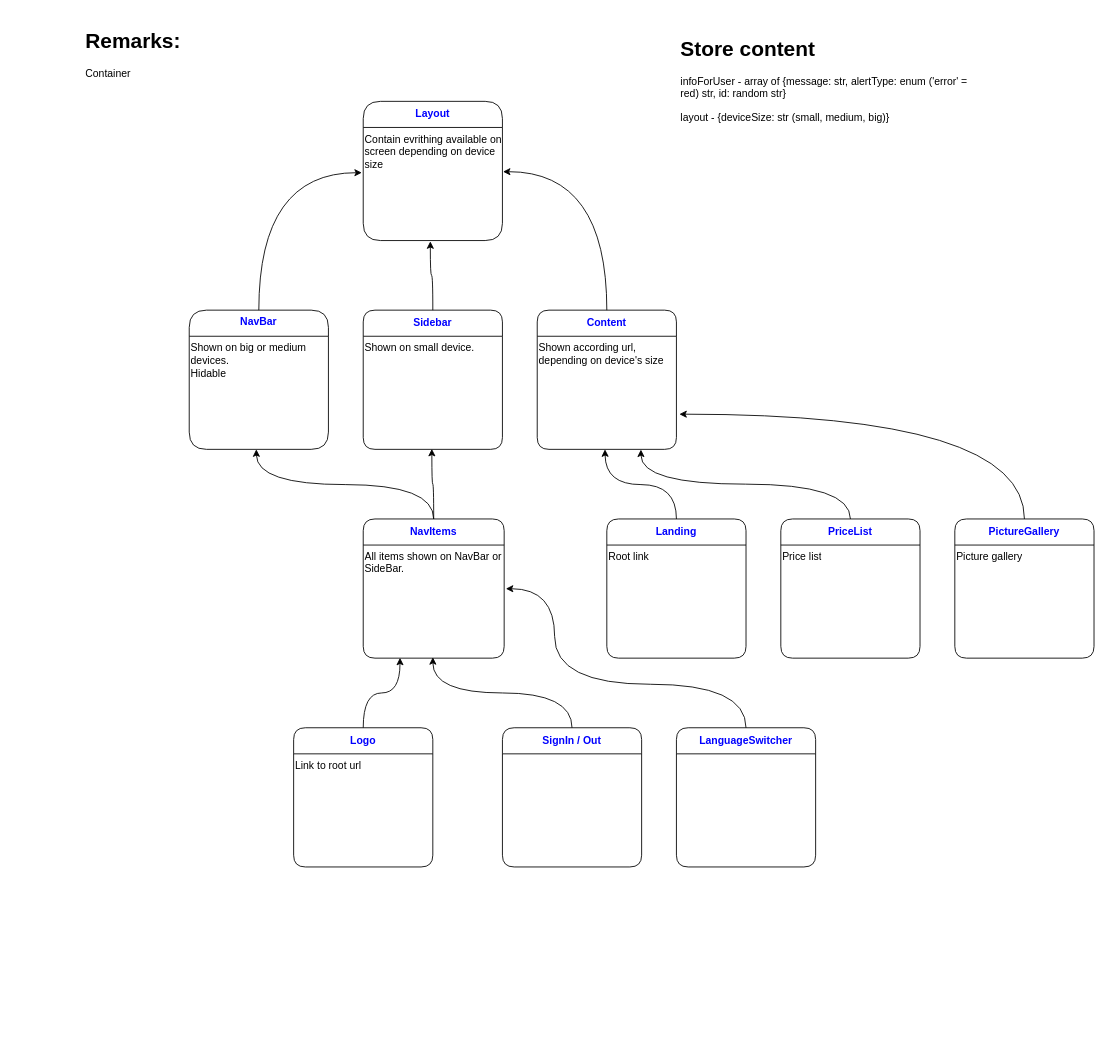
Before: page "application structure" (1 of 10) of market-coffee.drawio in Sergey190309/220415-market-caffee, a draw.io diagram. Source tidied: cells renumbered, new cells numbered last; positions are measured from the earlier drawing's top-left corner, leaving out a move shared by most shapes. Both pictures are drawn from the tidied source at 87%, with x=0, y=0 at pixel (81, 23).
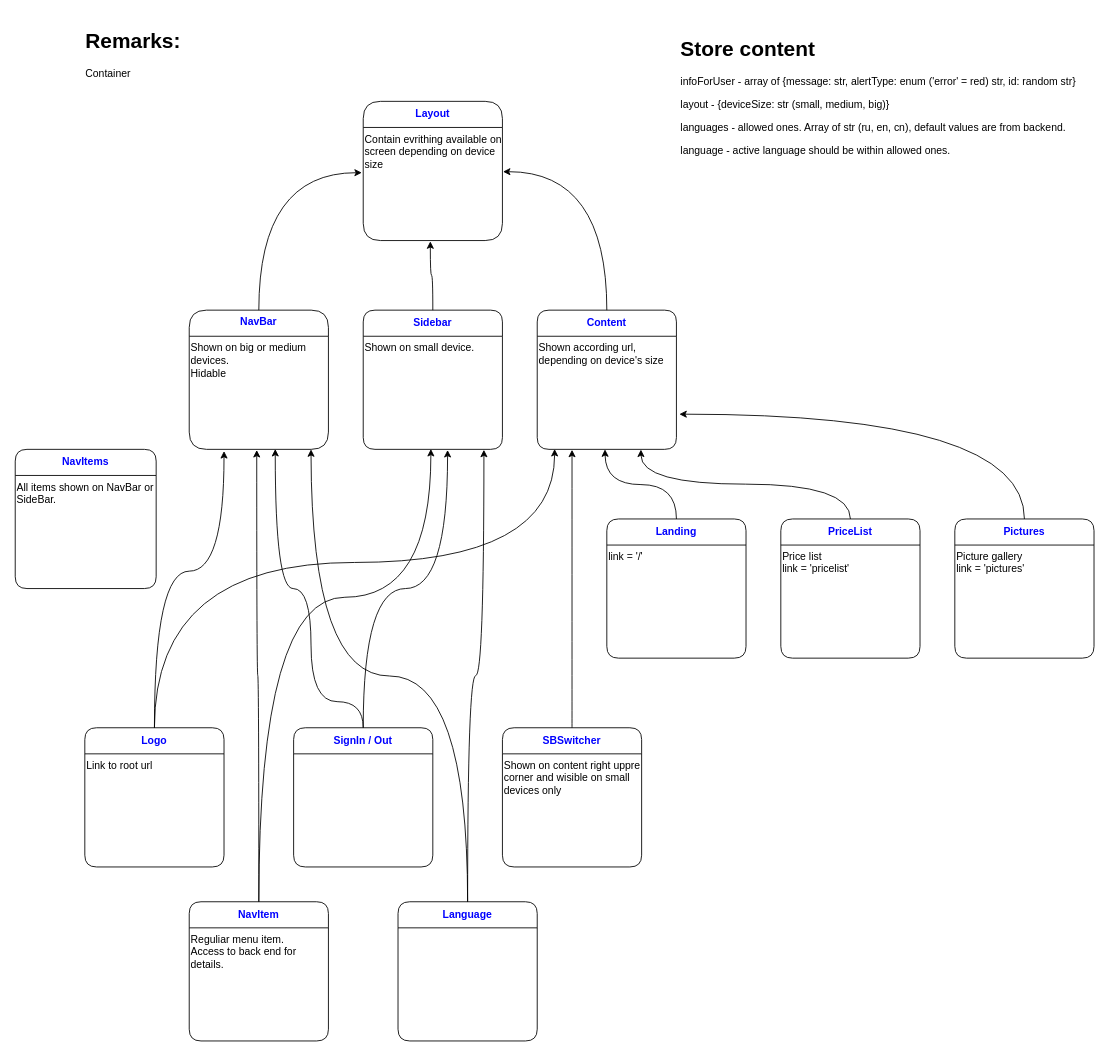
The same diagram, later.

The change refers to these unchanged cells:
```xml
<mxCell id="7" style="shape=partialRectangle;html=1;whiteSpace=wrap;fillColor=none;top=0;left=0;bottom=0;right=0;points=[[0,0.5],[1,0.5]];portConstraint=eastwest;" parent="6" vertex="1">
  <mxGeometry y="30" width="160" height="130" as="geometry" />
</mxCell>
<mxCell id="10" style="shape=partialRectangle;html=1;whiteSpace=wrap;fillColor=none;top=0;left=0;bottom=0;right=0;points=[[0,0.5],[1,0.5]];portConstraint=eastwest;" parent="9" vertex="1">
  <mxGeometry y="30" width="160" height="130" as="geometry" />
</mxCell>
<mxCell id="16" style="shape=partialRectangle;html=1;whiteSpace=wrap;fillColor=none;top=0;left=0;bottom=0;right=0;points=[[0,0.5],[1,0.5]];portConstraint=eastwest;" parent="15" vertex="1">
  <mxGeometry y="30" width="162" height="130" as="geometry" />
</mxCell>
<mxCell id="19" style="shape=partialRectangle;html=1;whiteSpace=wrap;fillColor=none;top=0;left=0;bottom=0;right=0;" parent="18" vertex="1">
  <mxGeometry y="30" width="160" height="130" as="geometry" />
</mxCell>
<mxCell id="25" style="shape=partialRectangle;html=1;whiteSpace=wrap;fillColor=none;top=0;left=0;bottom=0;right=0;points=[[0,0.5],[1,0.5]];portConstraint=eastwest;" parent="24" vertex="1">
  <mxGeometry y="30" width="160" height="130" as="geometry" />
</mxCell>
<mxCell id="28" style="shape=partialRectangle;html=1;whiteSpace=wrap;fillColor=none;top=0;left=0;bottom=0;right=0;" parent="27" vertex="1">
  <mxGeometry y="30" width="160" height="130" as="geometry" />
</mxCell>
<mxCell id="32" style="shape=partialRectangle;html=1;whiteSpace=wrap;fillColor=none;top=0;left=0;bottom=0;right=0;" parent="31" vertex="1">
  <mxGeometry y="30" width="160" height="130" as="geometry" />
</mxCell>
<mxCell id="36" style="shape=partialRectangle;html=1;whiteSpace=wrap;fillColor=none;top=0;left=0;bottom=0;right=0;" parent="35" vertex="1">
  <mxGeometry y="30" width="160" height="130" as="geometry" />
</mxCell>
```

Change to the diagram source:
```diff
@@
-    <mxCell id="12" value="&lt;font color=&quot;#0000ff&quot;&gt;LanguageSwitcher&lt;/font&gt;" style="shape=table;html=1;whiteSpace=wrap;startSize=30;childLayout=tableLayout;fontStyle=1;align=center;rounded=1;strokeColor=#000000;" parent="2" vertex="1">
-      <mxGeometry x="684" y="809" width="160" height="160" as="geometry" />
+    <mxCell id="12" value="&lt;font color=&quot;#0000ff&quot;&gt;Language&lt;/font&gt;" style="shape=table;html=1;whiteSpace=wrap;startSize=30;childLayout=tableLayout;fontStyle=1;align=center;rounded=1;strokeColor=#000000;" parent="2" vertex="1">
+      <mxGeometry x="364" y="1009" width="160" height="160" as="geometry" />
     </mxCell>
@@
     <mxCell id="15" value="&lt;font color=&quot;#0000ff&quot;&gt;NavItems&lt;/font&gt;" style="shape=table;html=1;whiteSpace=wrap;startSize=30;childLayout=tableLayout;fontStyle=1;align=center;rounded=1;strokeColor=#000000;" parent="2" vertex="1">
-      <mxGeometry x="324" y="569" width="162" height="160" as="geometry" />
+      <mxGeometry x="-76" y="489" width="162" height="160" as="geometry" />
     </mxCell>
@@
     <mxCell id="18" value="&lt;font color=&quot;#0000ff&quot;&gt;SignIn / Out&lt;/font&gt;" style="shape=table;html=1;whiteSpace=wrap;startSize=30;childLayout=tableLayout;fontStyle=1;align=center;rounded=1;strokeColor=#000000;" parent="2" vertex="1">
-      <mxGeometry x="484" y="809" width="160" height="160" as="geometry" />
+      <mxGeometry x="244" y="809" width="160" height="160" as="geometry" />
     </mxCell>
@@
-    <mxCell id="20" style="shape=partialRectangle;html=1;whiteSpace=wrap;fillColor=none;top=0;left=0;bottom=0;right=0;overflow=hidden;" parent="19" vertex="1">
+    <mxCell id="20" style="shape=partialRectangle;html=1;whiteSpace=wrap;fillColor=none;top=0;left=0;bottom=0;right=0;overflow=hidden;align=left;verticalAlign=top;" parent="19" vertex="1">
       <mxGeometry width="160" height="130" as="geometry" />
     </mxCell>
     <mxCell id="21" value="&lt;font color=&quot;#0000ff&quot;&gt;Logo&lt;/font&gt;" style="shape=table;html=1;whiteSpace=wrap;startSize=30;childLayout=tableLayout;fontStyle=1;align=center;rounded=1;strokeColor=#000000;" parent="2" vertex="1">
-      <mxGeometry x="244" y="809" width="160" height="160" as="geometry" />
+      <mxGeometry x="4" y="809" width="160" height="160" as="geometry" />
     </mxCell>
@@
-    <mxCell id="29" value="Root link" style="shape=partialRectangle;html=1;whiteSpace=wrap;fillColor=none;top=0;left=0;bottom=0;right=0;overflow=hidden;align=left;verticalAlign=top;" parent="28" vertex="1">
+    <mxCell id="29" value="link = '/'" style="shape=partialRectangle;html=1;whiteSpace=wrap;fillColor=none;top=0;left=0;bottom=0;right=0;overflow=hidden;align=left;verticalAlign=top;" parent="28" vertex="1">
       <mxGeometry width="160" height="130" as="geometry" />
     </mxCell>
@@
-    <mxCell id="33" value="Price list" style="shape=partialRectangle;html=1;whiteSpace=wrap;fillColor=none;top=0;left=0;bottom=0;right=0;overflow=hidden;align=left;verticalAlign=top;" parent="32" vertex="1">
+    <mxCell id="33" value="Price list&lt;br&gt;link = 'pricelist'" style="shape=partialRectangle;html=1;whiteSpace=wrap;fillColor=none;top=0;left=0;bottom=0;right=0;overflow=hidden;align=left;verticalAlign=top;" parent="32" vertex="1">
       <mxGeometry width="160" height="130" as="geometry" />
     </mxCell>
@@
-    <mxCell id="35" value="&lt;font color=&quot;#0000ff&quot;&gt;PictureGallery&lt;/font&gt;" style="shape=table;html=1;whiteSpace=wrap;startSize=30;childLayout=tableLayout;fontStyle=1;align=center;rounded=1;strokeColor=#000000;" parent="2" vertex="1">
+    <mxCell id="35" value="&lt;font color=&quot;#0000ff&quot;&gt;Pictures&lt;/font&gt;" style="shape=table;html=1;whiteSpace=wrap;startSize=30;childLayout=tableLayout;fontStyle=1;align=center;rounded=1;strokeColor=#000000;" parent="2" vertex="1">
       <mxGeometry x="1004" y="569" width="160" height="160" as="geometry" />
     </mxCell>
@@
-    <mxCell id="37" value="Picture gallery" style="shape=partialRectangle;html=1;whiteSpace=wrap;fillColor=none;top=0;left=0;bottom=0;right=0;overflow=hidden;align=left;verticalAlign=top;" parent="36" vertex="1">
+    <mxCell id="37" value="Picture gallery&lt;br&gt;link = 'pictures'" style="shape=partialRectangle;html=1;whiteSpace=wrap;fillColor=none;top=0;left=0;bottom=0;right=0;overflow=hidden;align=left;verticalAlign=top;" parent="36" vertex="1">
       <mxGeometry width="160" height="130" as="geometry" />
     </mxCell>
@@
-    <mxCell id="42" style="endArrow=classic;html=1;edgeStyle=orthogonalEdgeStyle;curved=1;exitX=0.5;exitY=0;exitDx=0;exitDy=0;entryX=0.482;entryY=1.007;entryDx=0;entryDy=0;entryPerimeter=0;" parent="2" edge="1" source="15">
-      <mxGeometry relative="1" as="geometry">
-        <mxPoint x="201.1" y="489" as="targetPoint" />
-      </mxGeometry>
-    </mxCell>
-    <mxCell id="43" style="endArrow=classic;html=1;edgeStyle=orthogonalEdgeStyle;curved=1;exitX=0.5;exitY=0;exitDx=0;exitDy=0;entryX=0.493;entryY=0.996;entryDx=0;entryDy=0;entryPerimeter=0;" parent="2" edge="1" source="15" target="10">
-      <mxGeometry relative="1" as="geometry" />
-    </mxCell>
-    <mxCell id="44" style="endArrow=classic;html=1;edgeStyle=orthogonalEdgeStyle;exitX=0.5;exitY=0;exitDx=0;exitDy=0;curved=1;entryX=0.261;entryY=0.997;entryDx=0;entryDy=0;entryPerimeter=0;" parent="2" edge="1" source="21" target="16">
-      <mxGeometry relative="1" as="geometry" />
+    <mxCell id="44" style="endArrow=classic;html=1;edgeStyle=orthogonalEdgeStyle;exitX=0.5;exitY=0;exitDx=0;exitDy=0;curved=1;entryX=0.125;entryY=0.997;entryDx=0;entryDy=0;entryPerimeter=0;" parent="2" edge="1" source="21" target="25">
+      <mxGeometry relative="1" as="geometry">
+        <Array as="points">
+          <mxPoint x="84" y="619" />
+          <mxPoint x="544" y="619" />
+        </Array>
+      </mxGeometry>
     </mxCell>
-    <mxCell id="45" style="endArrow=classic;html=1;edgeStyle=orthogonalEdgeStyle;exitX=0.5;exitY=0;exitDx=0;exitDy=0;curved=1;entryX=0.494;entryY=0.992;entryDx=0;entryDy=0;entryPerimeter=0;" parent="2" edge="1" source="18" target="16">
+    <mxCell id="45" style="endArrow=classic;html=1;edgeStyle=orthogonalEdgeStyle;exitX=0.5;exitY=0;exitDx=0;exitDy=0;curved=1;entryX=0.606;entryY=1.006;entryDx=0;entryDy=0;entryPerimeter=0;" parent="2" edge="1" source="18" target="10">
       <mxGeometry relative="1" as="geometry" />
     </mxCell>
-    <mxCell id="46" style="endArrow=classic;html=1;edgeStyle=orthogonalEdgeStyle;exitX=0.5;exitY=0;exitDx=0;exitDy=0;curved=1;entryX=1.012;entryY=0.386;entryDx=0;entryDy=0;entryPerimeter=0;" parent="2" edge="1" source="12" target="16">
-      <mxGeometry relative="1" as="geometry">
-        <Array as="points">
-          <mxPoint x="764" y="759" />
-          <mxPoint x="544" y="759" />
-          <mxPoint x="544" y="649" />
-        </Array>
-      </mxGeometry>
+    <mxCell id="46" style="endArrow=classic;html=1;edgeStyle=orthogonalEdgeStyle;exitX=0.5;exitY=0;exitDx=0;exitDy=0;curved=1;entryX=0.867;entryY=1.004;entryDx=0;entryDy=0;entryPerimeter=0;" parent="2" edge="1" source="12" target="10">
+      <mxGeometry relative="1" as="geometry" />
     </mxCell>
+    <mxCell id="51" value="&lt;font color=&quot;#0000ff&quot;&gt;NavItem&lt;/font&gt;" style="shape=table;html=1;whiteSpace=wrap;startSize=30;childLayout=tableLayout;fontStyle=1;align=center;rounded=1;strokeColor=#000000;" parent="2" vertex="1">
+      <mxGeometry x="124" y="1009" width="160" height="160" as="geometry" />
+    </mxCell>
+    <mxCell id="52" style="shape=partialRectangle;html=1;whiteSpace=wrap;fillColor=none;top=0;left=0;bottom=0;right=0;" parent="51" vertex="1">
+      <mxGeometry y="30" width="160" height="130" as="geometry" />
+    </mxCell>
+    <mxCell id="53" value="Reguliar menu item.&lt;br&gt;Access to back end for details." style="shape=partialRectangle;html=1;whiteSpace=wrap;fillColor=none;top=0;left=0;bottom=0;right=0;overflow=hidden;align=left;verticalAlign=top;" parent="52" vertex="1">
+      <mxGeometry width="160" height="130" as="geometry" />
+    </mxCell>
+    <mxCell id="54" style="endArrow=classic;html=1;edgeStyle=orthogonalEdgeStyle;exitX=0.5;exitY=0;exitDx=0;exitDy=0;curved=1;entryX=0.486;entryY=0.997;entryDx=0;entryDy=0;entryPerimeter=0;" parent="2" edge="1" source="51" target="10">
+      <mxGeometry relative="1" as="geometry">
+        <Array as="points">
+          <mxPoint x="204" y="659" />
+          <mxPoint x="402" y="659" />
+        </Array>
+      </mxGeometry>
+    </mxCell>
+    <mxCell id="55" style="endArrow=classic;html=1;edgeStyle=orthogonalEdgeStyle;exitX=0.5;exitY=0;exitDx=0;exitDy=0;curved=1;" parent="2" edge="1" source="21">
+      <mxGeometry relative="1" as="geometry">
+        <mxPoint x="164" y="491" as="targetPoint" />
+        <Array as="points">
+          <mxPoint x="84" y="629" />
+          <mxPoint x="164" y="629" />
+        </Array>
+      </mxGeometry>
+    </mxCell>
+    <mxCell id="56" style="endArrow=classic;html=1;edgeStyle=orthogonalEdgeStyle;exitX=0.5;exitY=0;exitDx=0;exitDy=0;curved=1;entryX=0.485;entryY=1.006;entryDx=0;entryDy=0;entryPerimeter=0;" parent="2" edge="1" source="51" target="7">
+      <mxGeometry relative="1" as="geometry" />
+    </mxCell>
+    <mxCell id="57" style="endArrow=classic;html=1;edgeStyle=orthogonalEdgeStyle;exitX=0.5;exitY=0;exitDx=0;exitDy=0;curved=1;entryX=0.618;entryY=0.997;entryDx=0;entryDy=0;entryPerimeter=0;" parent="2" edge="1" source="18" target="7">
+      <mxGeometry relative="1" as="geometry">
+        <Array as="points">
+          <mxPoint x="324" y="779" />
+          <mxPoint x="264" y="779" />
+          <mxPoint x="264" y="649" />
+          <mxPoint x="223" y="649" />
+        </Array>
+      </mxGeometry>
+    </mxCell>
+    <mxCell id="58" style="endArrow=classic;html=1;edgeStyle=orthogonalEdgeStyle;curved=1;exitX=0.5;exitY=0;exitDx=0;exitDy=0;" parent="2" edge="1" source="12">
+      <mxGeometry relative="1" as="geometry">
+        <mxPoint x="264" y="489" as="targetPoint" />
+      </mxGeometry>
+    </mxCell>
+    <mxCell id="59" value="&lt;font color=&quot;#0000ff&quot;&gt;SBSwitcher&lt;/font&gt;" style="shape=table;html=1;whiteSpace=wrap;startSize=30;childLayout=tableLayout;fontStyle=1;align=center;rounded=1;strokeColor=#000000;" parent="2" vertex="1">
+      <mxGeometry x="484" y="809" width="160" height="160" as="geometry" />
+    </mxCell>
+    <mxCell id="60" style="shape=partialRectangle;html=1;whiteSpace=wrap;fillColor=none;top=0;left=0;bottom=0;right=0;" parent="59" vertex="1">
+      <mxGeometry y="30" width="160" height="130" as="geometry" />
+    </mxCell>
+    <mxCell id="61" value="Shown on content right uppre corner and wisible on small devices only" style="shape=partialRectangle;html=1;whiteSpace=wrap;fillColor=none;top=0;left=0;bottom=0;right=0;overflow=hidden;align=left;verticalAlign=top;" parent="60" vertex="1">
+      <mxGeometry width="160" height="130" as="geometry" />
+    </mxCell>
+    <mxCell id="62" style="endArrow=classic;html=1;edgeStyle=orthogonalEdgeStyle;exitX=0.5;exitY=0;exitDx=0;exitDy=0;curved=1;entryX=0.25;entryY=1.004;entryDx=0;entryDy=0;entryPerimeter=0;" parent="2" edge="1" source="59" target="25">
+      <mxGeometry relative="1" as="geometry" />
+    </mxCell>
@@
-    <mxCell id="48" value="&lt;h1&gt;Store content&lt;/h1&gt;&lt;p&gt;infoForUser - array of {message: str, alertType: enum ('error' = red) str, id: random str}&amp;nbsp;&lt;/p&gt;&lt;p&gt;layout - {deviceSize: str (small, medium, big)}&lt;/p&gt;" style="text;html=1;strokeColor=none;fillColor=none;spacing=5;spacingTop=-20;whiteSpace=wrap;overflow=hidden;rounded=0;align=left;" parent="47" vertex="1">
-      <mxGeometry x="684" y="9" width="340" height="160" as="geometry" />
+    <mxCell id="48" value="&lt;h1&gt;Store content&lt;/h1&gt;&lt;p&gt;infoForUser - array of {message: str, alertType: enum ('error' = red) str, id: random str}&amp;nbsp;&lt;/p&gt;&lt;p&gt;layout - {deviceSize: str (small, medium, big)}&lt;/p&gt;&lt;p&gt;languages - allowed ones. Array of str (ru, en, cn), default values are from backend.&lt;/p&gt;&lt;p&gt;language - active language should be within allowed ones.&lt;/p&gt;&lt;p&gt;&lt;br&gt;&lt;/p&gt;&lt;p&gt;&lt;br&gt;&lt;/p&gt;" style="text;html=1;strokeColor=none;fillColor=none;spacing=5;spacingTop=-20;whiteSpace=wrap;overflow=hidden;rounded=0;align=left;" parent="47" vertex="1">
+      <mxGeometry x="684" y="9" width="490" height="320" as="geometry" />
     </mxCell>
```
